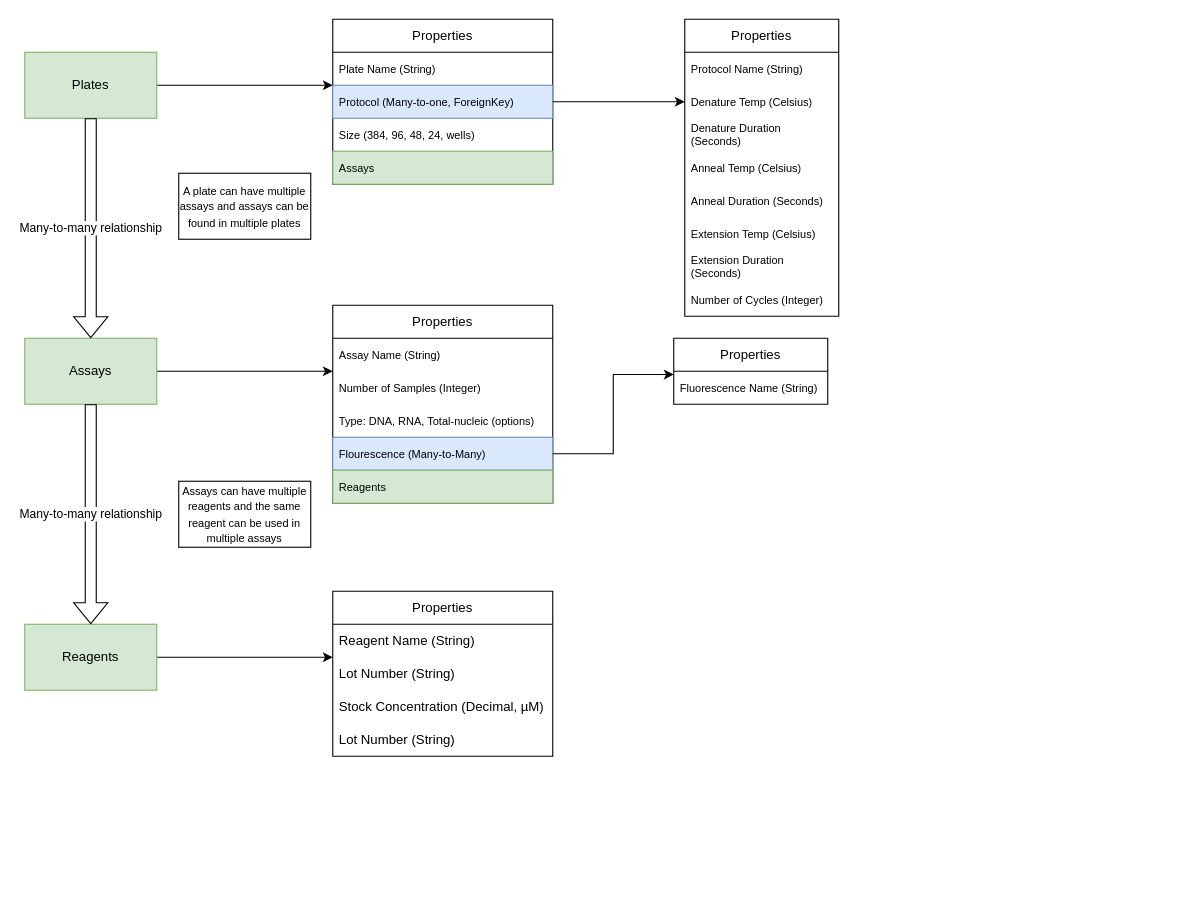
Above: page "Plate Schema" (5 of 5) of Untitled Diagram.drawio in FusRaDa/pcr-paperwork-website-draw (draw.io), before the change. Source tidied: cells renumbered, new cells numbered last; positions are measured from the earlier drawing's top-left corner, leaving out a move shared by most shapes. Both pictures are drawn from the tidied source at 110%, with x=0, y=0 at pixel (24, 19). Pictures stored in the file or linked from it are replaced by grey dashed boxes.
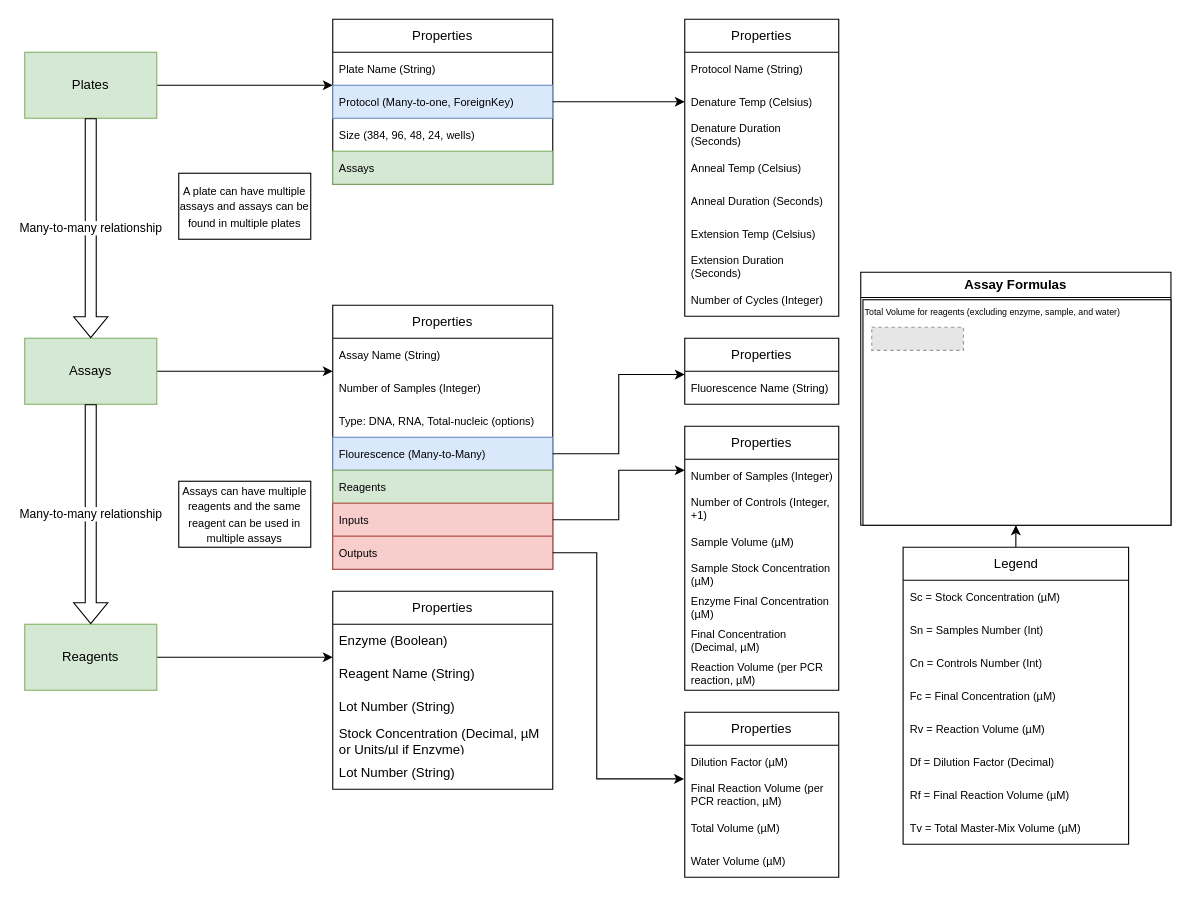
The same page after the edit.

Diff of the diagram source:
```diff
@@
     <mxCell id="27" value="Properties" style="swimlane;fontStyle=0;horizontal=1;startSize=30;whiteSpace=wrap;html=1;" parent="1" vertex="1">
-      <mxGeometry x="280" y="260" width="200" height="180" as="geometry" />
+      <mxGeometry x="280" y="260" width="200" height="240" as="geometry" />
     </mxCell>
@@
+    <mxCell id="41" value="Inputs" style="text;strokeColor=#b85450;fillColor=#f8cecc;align=left;verticalAlign=middle;spacingLeft=4;spacingRight=4;overflow=hidden;points=[[0,0.5],[1,0.5]];portConstraint=eastwest;whiteSpace=wrap;html=1;fontSize=10;" parent="27" vertex="1">
+      <mxGeometry y="180" width="200" height="30" as="geometry" />
+    </mxCell>
+    <mxCell id="42" value="Outputs" style="text;strokeColor=#b85450;fillColor=#f8cecc;align=left;verticalAlign=middle;spacingLeft=4;spacingRight=4;overflow=hidden;points=[[0,0.5],[1,0.5]];portConstraint=eastwest;whiteSpace=wrap;html=1;fontSize=10;" parent="27" vertex="1">
+      <mxGeometry y="210" width="200" height="30" as="geometry" />
+    </mxCell>
     <mxCell id="33" value="Properties" style="swimlane;fontStyle=0;horizontal=1;startSize=30;whiteSpace=wrap;html=1;" parent="1" vertex="1">
-      <mxGeometry x="590" y="290" width="140" height="60" as="geometry" />
+      <mxGeometry x="600" y="290" width="140" height="60" as="geometry" />
     </mxCell>
@@
     <mxCell id="36" value="Properties" style="swimlane;fontStyle=0;horizontal=1;startSize=30;whiteSpace=wrap;html=1;" parent="1" vertex="1">
-      <mxGeometry x="280" y="520" width="200" height="150" as="geometry" />
+      <mxGeometry x="280" y="520" width="200" height="180" as="geometry" />
     </mxCell>
+    <mxCell id="43" value="Enzyme (Boolean)" style="text;strokeColor=none;fillColor=none;align=left;verticalAlign=middle;spacingLeft=4;spacingRight=4;overflow=hidden;whiteSpace=wrap;html=1;" parent="36" vertex="1">
+      <mxGeometry y="30" width="200" height="30" as="geometry" />
+    </mxCell>
     <mxCell id="37" value="Reagent Name (String)" style="text;strokeColor=none;fillColor=none;align=left;verticalAlign=middle;spacingLeft=4;spacingRight=4;overflow=hidden;whiteSpace=wrap;html=1;" parent="36" vertex="1">
-      <mxGeometry y="30" width="200" height="30" as="geometry" />
+      <mxGeometry y="60" width="200" height="30" as="geometry" />
     </mxCell>
     <mxCell id="38" value="Lot Number (String)" style="text;strokeColor=none;fillColor=none;align=left;verticalAlign=middle;spacingLeft=4;spacingRight=4;overflow=hidden;whiteSpace=wrap;html=1;" parent="36" vertex="1">
-      <mxGeometry y="60" width="200" height="30" as="geometry" />
+      <mxGeometry y="90" width="200" height="30" as="geometry" />
     </mxCell>
-    <mxCell id="39" value="Stock Concentration (Decimal, µM)" style="text;strokeColor=none;fillColor=none;align=left;verticalAlign=middle;spacingLeft=4;spacingRight=4;overflow=hidden;whiteSpace=wrap;html=1;" parent="36" vertex="1">
-      <mxGeometry y="90" width="200" height="30" as="geometry" />
+    <mxCell id="39" value="Stock Concentration (Decimal, µM or Units/µl if Enzyme)" style="text;strokeColor=none;fillColor=none;align=left;verticalAlign=middle;spacingLeft=4;spacingRight=4;overflow=hidden;whiteSpace=wrap;html=1;" parent="36" vertex="1">
+      <mxGeometry y="120" width="200" height="30" as="geometry" />
     </mxCell>
     <mxCell id="40" value="Lot Number (String)" style="text;strokeColor=none;fillColor=none;align=left;verticalAlign=middle;spacingLeft=4;spacingRight=4;overflow=hidden;whiteSpace=wrap;html=1;" parent="36" vertex="1">
-      <mxGeometry y="120" width="200" height="30" as="geometry" />
+      <mxGeometry y="150" width="200" height="30" as="geometry" />
     </mxCell>
+    <mxCell id="44" value="Properties" style="swimlane;fontStyle=0;horizontal=1;startSize=30;whiteSpace=wrap;html=1;" parent="1" vertex="1">
+      <mxGeometry x="600" y="370" width="140" height="240" as="geometry" />
+    </mxCell>
+    <mxCell id="45" value="Number of Samples (Integer)" style="text;strokeColor=none;fillColor=none;align=left;verticalAlign=middle;spacingLeft=4;spacingRight=4;overflow=hidden;whiteSpace=wrap;html=1;fontSize=10;" parent="44" vertex="1">
+      <mxGeometry y="30" width="140" height="30" as="geometry" />
+    </mxCell>
+    <mxCell id="46" value="Number of Controls (Integer, +1)" style="text;strokeColor=none;fillColor=none;align=left;verticalAlign=middle;spacingLeft=4;spacingRight=4;overflow=hidden;whiteSpace=wrap;html=1;fontSize=10;" parent="44" vertex="1">
+      <mxGeometry y="60" width="140" height="30" as="geometry" />
+    </mxCell>
+    <mxCell id="47" value="Sample Volume (µM)" style="text;strokeColor=none;fillColor=none;align=left;verticalAlign=middle;spacingLeft=4;spacingRight=4;overflow=hidden;whiteSpace=wrap;html=1;fontSize=10;" parent="44" vertex="1">
+      <mxGeometry y="90" width="140" height="30" as="geometry" />
+    </mxCell>
+    <mxCell id="48" value="Sample Stock Concentration (µM)" style="text;strokeColor=none;fillColor=none;align=left;verticalAlign=middle;spacingLeft=4;spacingRight=4;overflow=hidden;whiteSpace=wrap;html=1;fontSize=10;" parent="44" vertex="1">
+      <mxGeometry y="120" width="140" height="30" as="geometry" />
+    </mxCell>
+    <mxCell id="49" value="Enzyme Final Concentration (µM)" style="text;strokeColor=none;fillColor=none;align=left;verticalAlign=middle;spacingLeft=4;spacingRight=4;overflow=hidden;whiteSpace=wrap;html=1;fontSize=10;" parent="44" vertex="1">
+      <mxGeometry y="150" width="140" height="30" as="geometry" />
+    </mxCell>
+    <mxCell id="50" value="Final Concentration (Decimal,&amp;nbsp;µM)" style="text;strokeColor=none;fillColor=none;align=left;verticalAlign=middle;spacingLeft=4;spacingRight=4;overflow=hidden;whiteSpace=wrap;html=1;fontSize=10;" parent="44" vertex="1">
+      <mxGeometry y="180" width="140" height="30" as="geometry" />
+    </mxCell>
+    <mxCell id="51" value="Reaction Volume (per PCR reaction,&amp;nbsp;µM)" style="text;strokeColor=none;fillColor=none;align=left;verticalAlign=middle;spacingLeft=4;spacingRight=4;overflow=hidden;whiteSpace=wrap;html=1;fontSize=10;" parent="44" vertex="1">
+      <mxGeometry y="210" width="140" height="30" as="geometry" />
+    </mxCell>
+    <mxCell id="52" style="edgeStyle=orthogonalEdgeStyle;rounded=0;jettySize=auto;html=1;" parent="1" edge="1" source="41">
+      <mxGeometry relative="1" as="geometry">
+        <mxPoint x="600" y="410" as="targetPoint" />
+        <Array as="points">
+          <mxPoint x="540" y="455" />
+          <mxPoint x="540" y="410" />
+          <mxPoint x="600" y="410" />
+        </Array>
+      </mxGeometry>
+    </mxCell>
+    <mxCell id="53" style="edgeStyle=orthogonalEdgeStyle;rounded=0;jettySize=auto;html=1;entryX=-0.005;entryY=0.02;entryDx=0;entryDy=0;entryPerimeter=0;" parent="1" edge="1" source="42" target="56">
+      <mxGeometry relative="1" as="geometry">
+        <Array as="points">
+          <mxPoint x="520" y="485" />
+          <mxPoint x="520" y="691" />
+        </Array>
+      </mxGeometry>
+    </mxCell>
+    <mxCell id="54" value="Properties" style="swimlane;fontStyle=0;horizontal=1;startSize=30;whiteSpace=wrap;html=1;" parent="1" vertex="1">
+      <mxGeometry x="600" y="630" width="140" height="150" as="geometry" />
+    </mxCell>
+    <mxCell id="55" value="Dilution Factor (µM)" style="text;strokeColor=none;fillColor=none;align=left;verticalAlign=middle;spacingLeft=4;spacingRight=4;overflow=hidden;whiteSpace=wrap;html=1;fontSize=10;" parent="54" vertex="1">
+      <mxGeometry y="30" width="140" height="30" as="geometry" />
+    </mxCell>
+    <mxCell id="56" value="Final Reaction Volume (per PCR reaction, µM)" style="text;strokeColor=none;fillColor=none;align=left;verticalAlign=middle;spacingLeft=4;spacingRight=4;overflow=hidden;points=[[0,0.5],[1,0.5]];portConstraint=eastwest;whiteSpace=wrap;html=1;fontSize=10;" parent="54" vertex="1">
+      <mxGeometry y="60" width="140" height="30" as="geometry" />
+    </mxCell>
+    <mxCell id="57" value="Total Volume (µM)" style="text;strokeColor=none;fillColor=none;align=left;verticalAlign=middle;spacingLeft=4;spacingRight=4;overflow=hidden;whiteSpace=wrap;html=1;fontSize=10;" parent="54" vertex="1">
+      <mxGeometry y="90" width="140" height="30" as="geometry" />
+    </mxCell>
+    <mxCell id="58" value="Water Volume (µM)" style="text;strokeColor=none;fillColor=none;align=left;verticalAlign=middle;spacingLeft=4;spacingRight=4;overflow=hidden;whiteSpace=wrap;html=1;fontSize=10;" parent="54" vertex="1">
+      <mxGeometry y="120" width="140" height="30" as="geometry" />
+    </mxCell>
+    <mxCell id="59" value="Assay Formulas" style="swimlane;whiteSpace=wrap;html=1;" parent="1" vertex="1">
+      <mxGeometry x="760" y="230" width="282" height="230" as="geometry" />
+    </mxCell>
+    <mxCell id="60" value="Total Volume for reagents (excluding enzyme, sample, and water)&lt;br&gt;&lt;p class=&quot;MsoNormal&quot;&gt;&lt;br&gt;&lt;/p&gt;&lt;p class=&quot;MsoNormal&quot;&gt;&lt;br&gt;&lt;/p&gt;&lt;p class=&quot;MsoNormal&quot;&gt;&lt;br&gt;&lt;/p&gt;&lt;p class=&quot;MsoNormal&quot;&gt;&lt;br&gt;&lt;/p&gt;&lt;p class=&quot;MsoNormal&quot;&gt;&lt;br&gt;&lt;/p&gt;&lt;p class=&quot;MsoNormal&quot;&gt;&lt;br&gt;&lt;/p&gt;&lt;p class=&quot;MsoNormal&quot;&gt;&lt;br&gt;&lt;/p&gt;&lt;p class=&quot;MsoNormal&quot;&gt;&lt;br&gt;&lt;/p&gt;&lt;p class=&quot;MsoNormal&quot;&gt;&lt;br&gt;&lt;/p&gt;&lt;p class=&quot;MsoNormal&quot;&gt;&lt;br&gt;&lt;/p&gt;" style="rounded=0;whiteSpace=wrap;html=1;fontSize=8;align=left;" parent="59" vertex="1">
+      <mxGeometry x="2" y="25" width="280" height="205" as="geometry" />
+    </mxCell>
+    <mxCell id="61" style="fillColor=#E6E6E6;strokeColor=#999999;dashed=1;verticalLabelPosition=bottom;labelBackgroundColor=default;verticalAlign=top;" parent="59" vertex="1">
+      <mxGeometry x="10" y="50" width="83.4" height="21" as="geometry" />
+    </mxCell>
+    <mxCell id="62" style="edgeStyle=orthogonalEdgeStyle;rounded=0;jettySize=auto;html=1;entryX=0.5;entryY=1;entryDx=0;entryDy=0;" parent="1" edge="1" source="63" target="59">
+      <mxGeometry relative="1" as="geometry" />
+    </mxCell>
+    <mxCell id="63" value="Legend" style="swimlane;fontStyle=0;horizontal=1;startSize=30;whiteSpace=wrap;html=1;" parent="1" vertex="1">
+      <mxGeometry x="798.5" y="480" width="205" height="270" as="geometry" />
+    </mxCell>
+    <mxCell id="64" value="Sc = Stock Concentration (µM)" style="text;strokeColor=none;fillColor=none;align=left;verticalAlign=middle;spacingLeft=4;spacingRight=4;overflow=hidden;whiteSpace=wrap;html=1;fontSize=10;" parent="63" vertex="1">
+      <mxGeometry y="30" width="205" height="30" as="geometry" />
+    </mxCell>
+    <mxCell id="65" value="Sn = Samples Number (Int)" style="text;strokeColor=none;fillColor=none;align=left;verticalAlign=middle;spacingLeft=4;spacingRight=4;overflow=hidden;whiteSpace=wrap;html=1;fontSize=10;" parent="63" vertex="1">
+      <mxGeometry y="60" width="205" height="30" as="geometry" />
+    </mxCell>
+    <mxCell id="66" value="Cn = Controls Number (Int)" style="text;strokeColor=none;fillColor=none;align=left;verticalAlign=middle;spacingLeft=4;spacingRight=4;overflow=hidden;whiteSpace=wrap;html=1;fontSize=10;" parent="63" vertex="1">
+      <mxGeometry y="90" width="205" height="30" as="geometry" />
+    </mxCell>
+    <mxCell id="67" value="Fc = Final Concentration (µM)" style="text;strokeColor=none;fillColor=none;align=left;verticalAlign=middle;spacingLeft=4;spacingRight=4;overflow=hidden;whiteSpace=wrap;html=1;fontSize=10;" parent="63" vertex="1">
+      <mxGeometry y="120" width="205" height="30" as="geometry" />
+    </mxCell>
+    <mxCell id="68" value="Rv = Reaction Volume (µM)" style="text;strokeColor=none;fillColor=none;align=left;verticalAlign=middle;spacingLeft=4;spacingRight=4;overflow=hidden;whiteSpace=wrap;html=1;fontSize=10;" parent="63" vertex="1">
+      <mxGeometry y="150" width="205" height="30" as="geometry" />
+    </mxCell>
+    <mxCell id="69" value="Df = Dilution Factor (Decimal)" style="text;strokeColor=none;fillColor=none;align=left;verticalAlign=middle;spacingLeft=4;spacingRight=4;overflow=hidden;whiteSpace=wrap;html=1;fontSize=10;" parent="63" vertex="1">
+      <mxGeometry y="180" width="205" height="30" as="geometry" />
+    </mxCell>
+    <mxCell id="70" value="Rf = Final Reaction Volume (µM)" style="text;strokeColor=none;fillColor=none;align=left;verticalAlign=middle;spacingLeft=4;spacingRight=4;overflow=hidden;whiteSpace=wrap;html=1;fontSize=10;" parent="63" vertex="1">
+      <mxGeometry y="210" width="205" height="30" as="geometry" />
+    </mxCell>
+    <mxCell id="71" value="Tv = Total Master-Mix Volume (µM)" style="text;strokeColor=none;fillColor=none;align=left;verticalAlign=middle;spacingLeft=4;spacingRight=4;overflow=hidden;whiteSpace=wrap;html=1;fontSize=10;" parent="63" vertex="1">
+      <mxGeometry y="240" width="205" height="30" as="geometry" />
+    </mxCell>
```
